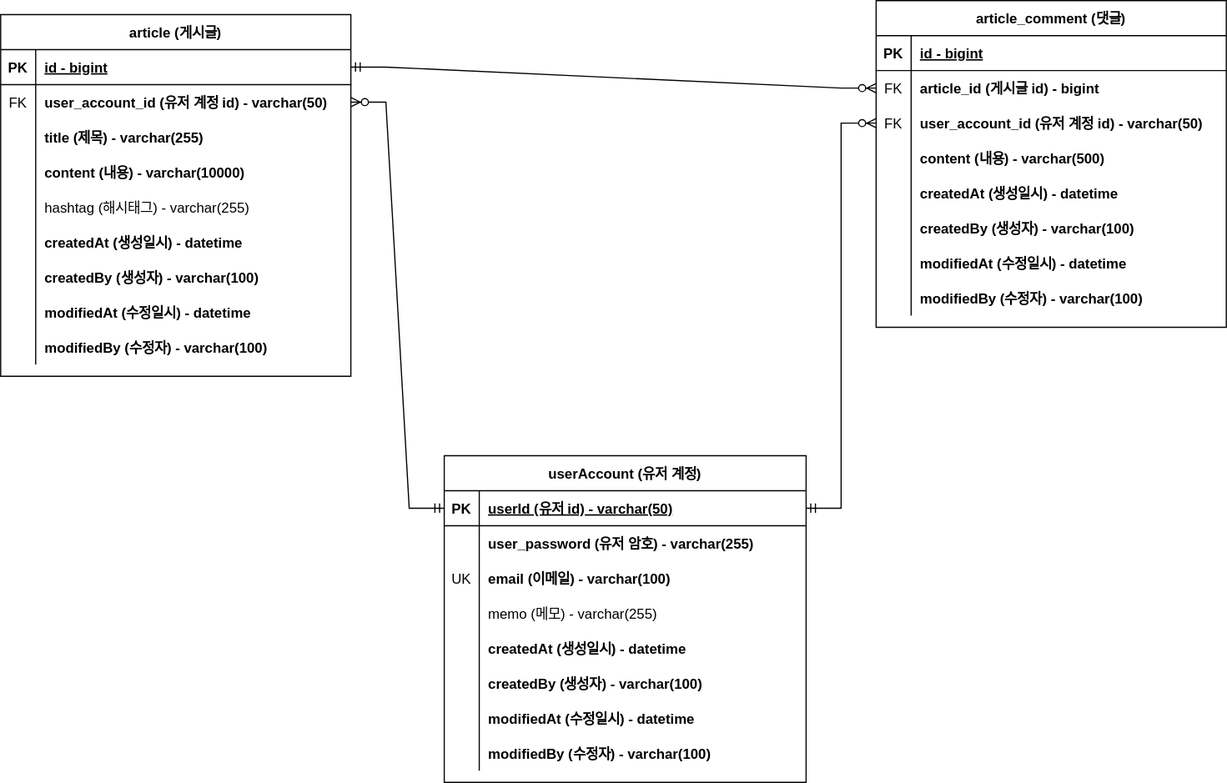
Earlier version of the draw.io export document/project-board-erd.svg (23Yong/Board). Source tidied: cells renumbered, new cells last; positions are measured from the earlier drawing's top-left corner, leaving out a move shared by most shapes.
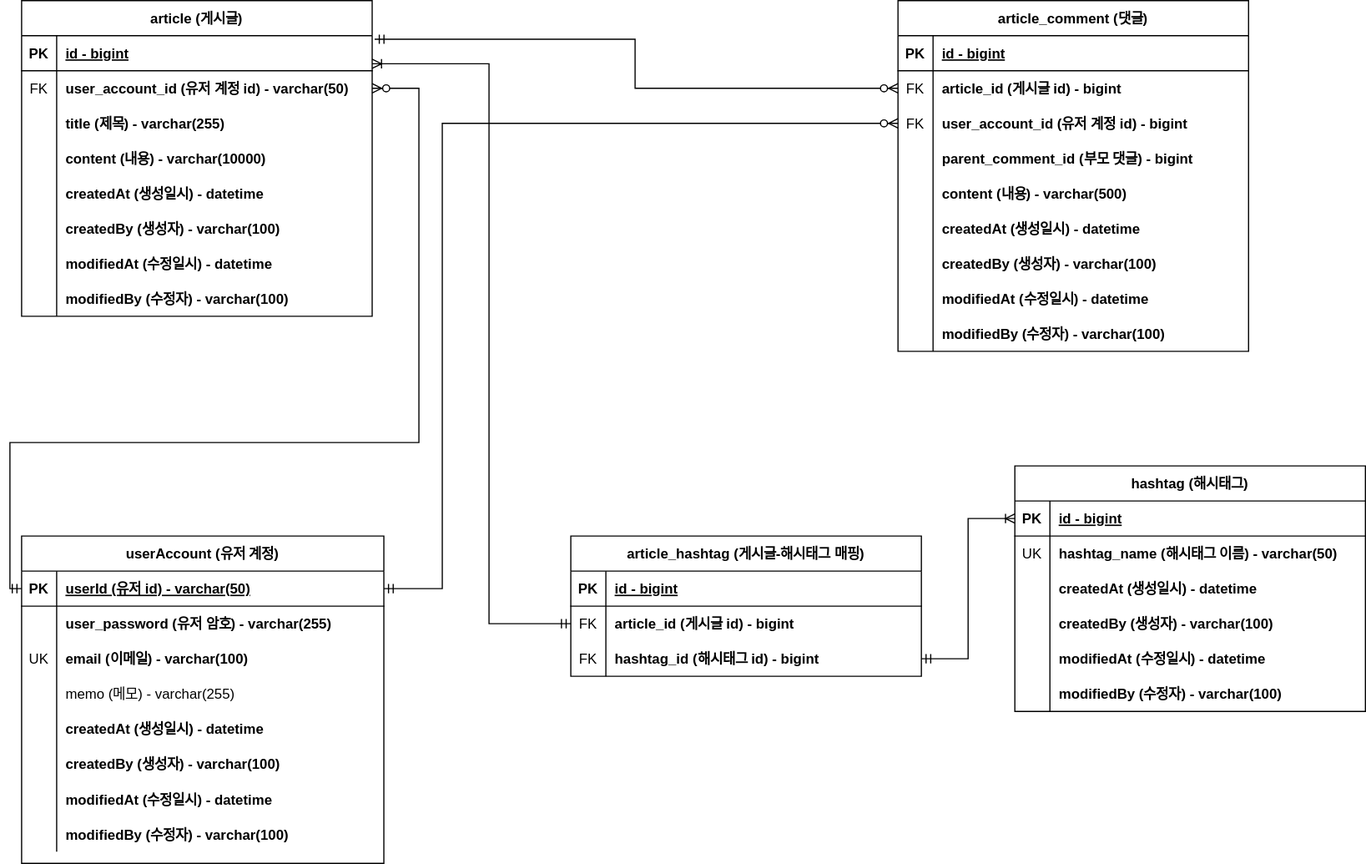
Later version of the same file.

Commit message:
# 63 - project-board-erd.svg 업데이트: 대댓글, 해시태그

What changed in the source:
```diff
@@ -3,7 +3,7 @@
     <mxCell id="0" />
     <mxCell id="1" parent="0" />
     <mxCell id="2" value="article (게시글)" style="shape=table;startSize=30;rowLines=0;fontStyle=1;align=center;" parent="1" vertex="1">
-      <mxGeometry y="12" width="300" height="310" as="geometry" />
+      <mxGeometry y="12" width="300" height="270" as="geometry" />
     </mxCell>
     <mxCell id="3" style="shape=tableRow;horizontal=0;startSize=0;swimlaneHead=0;swimlaneBody=0;fillColor=none;points=[[0,0.5],[1,0.5]];portConstraint=eastwest;top=0;left=0;right=0;bottom=1;" parent="2" vertex="1">
       <mxGeometry y="30" width="300" height="30" as="geometry" />
@@ -41,17 +41,8 @@
     <mxCell id="14" value="content (내용) - varchar(10000)" style="shape=partialRectangle;fillColor=none;top=0;left=0;bottom=0;right=0;align=left;spacingLeft=6;overflow=hidden;fontStyle=1;" parent="12" vertex="1">
       <mxGeometry x="30" width="270" height="30" as="geometry" />
     </mxCell>
-    <mxCell id="15" style="shape=tableRow;horizontal=0;startSize=0;swimlaneHead=0;swimlaneBody=0;fillColor=none;top=0;left=0;right=0;bottom=0;" parent="2" vertex="1">
-      <mxGeometry y="150" width="300" height="30" as="geometry" />
-    </mxCell>
-    <mxCell id="16" style="shape=partialRectangle;fillColor=none;top=0;left=0;bottom=0;right=0;overflow=hidden;" parent="15" vertex="1">
-      <mxGeometry width="30" height="30" as="geometry" />
-    </mxCell>
-    <mxCell id="17" value="hashtag (해시태그) - varchar(255)" style="shape=partialRectangle;fillColor=none;top=0;left=0;bottom=0;right=0;align=left;spacingLeft=6;overflow=hidden;" parent="15" vertex="1">
-      <mxGeometry x="30" width="270" height="30" as="geometry" />
-    </mxCell>
     <mxCell id="18" style="shape=tableRow;horizontal=0;startSize=0;swimlaneHead=0;swimlaneBody=0;fillColor=none;top=0;left=0;right=0;bottom=0;" parent="2" vertex="1">
-      <mxGeometry y="180" width="300" height="30" as="geometry" />
+      <mxGeometry y="150" width="300" height="30" as="geometry" />
     </mxCell>
     <mxCell id="19" style="shape=partialRectangle;fillColor=none;top=0;left=0;bottom=0;right=0;overflow=hidden;" parent="18" vertex="1">
       <mxGeometry width="30" height="30" as="geometry" />
@@ -60,7 +51,7 @@
       <mxGeometry x="30" width="270" height="30" as="geometry" />
     </mxCell>
     <mxCell id="21" style="shape=tableRow;horizontal=0;startSize=0;swimlaneHead=0;swimlaneBody=0;fillColor=none;top=0;left=0;right=0;bottom=0;" parent="2" vertex="1">
-      <mxGeometry y="210" width="300" height="30" as="geometry" />
+      <mxGeometry y="180" width="300" height="30" as="geometry" />
     </mxCell>
     <mxCell id="22" style="shape=partialRectangle;fillColor=none;top=0;left=0;bottom=0;right=0;overflow=hidden;" parent="21" vertex="1">
       <mxGeometry width="30" height="30" as="geometry" />
@@ -69,7 +60,7 @@
       <mxGeometry x="30" width="270" height="30" as="geometry" />
     </mxCell>
     <mxCell id="24" style="shape=tableRow;horizontal=0;startSize=0;swimlaneHead=0;swimlaneBody=0;fillColor=none;top=0;left=0;right=0;bottom=0;" parent="2" vertex="1">
-      <mxGeometry y="240" width="300" height="30" as="geometry" />
+      <mxGeometry y="210" width="300" height="30" as="geometry" />
     </mxCell>
     <mxCell id="25" style="shape=partialRectangle;fillColor=none;top=0;left=0;bottom=0;right=0;overflow=hidden;" parent="24" vertex="1">
       <mxGeometry width="30" height="30" as="geometry" />
@@ -78,7 +69,7 @@
       <mxGeometry x="30" width="270" height="30" as="geometry" />
     </mxCell>
     <mxCell id="27" style="shape=tableRow;horizontal=0;startSize=0;swimlaneHead=0;swimlaneBody=0;fillColor=none;top=0;left=0;right=0;bottom=0;" parent="2" vertex="1">
-      <mxGeometry y="270" width="300" height="30" as="geometry" />
+      <mxGeometry y="240" width="300" height="30" as="geometry" />
     </mxCell>
     <mxCell id="28" style="shape=partialRectangle;fillColor=none;top=0;left=0;bottom=0;right=0;overflow=hidden;" parent="27" vertex="1">
       <mxGeometry width="30" height="30" as="geometry" />
@@ -87,7 +78,7 @@
       <mxGeometry x="30" width="270" height="30" as="geometry" />
     </mxCell>
     <mxCell id="30" value="article_comment (댓글)" style="shape=table;startSize=30;rowLines=0;fontStyle=1;align=center;" parent="1" vertex="1">
-      <mxGeometry x="750" width="300" height="280" as="geometry" />
+      <mxGeometry x="750" y="12" width="300" height="300" as="geometry" />
     </mxCell>
     <mxCell id="31" style="shape=tableRow;horizontal=0;startSize=0;swimlaneHead=0;swimlaneBody=0;fillColor=none;top=0;left=0;right=0;bottom=1;" parent="30" vertex="1">
       <mxGeometry y="30" width="300" height="30" as="geometry" />
@@ -113,11 +104,20 @@
     <mxCell id="38" value="FK" style="shape=partialRectangle;fillColor=none;top=0;left=0;bottom=0;right=0;overflow=hidden;" parent="37" vertex="1">
       <mxGeometry width="30" height="30" as="geometry" />
     </mxCell>
-    <mxCell id="39" value="user_account_id (유저 계정 id) - varchar(50)" style="shape=partialRectangle;fillColor=none;top=0;left=0;bottom=0;right=0;align=left;spacingLeft=6;overflow=hidden;fontStyle=1;" parent="37" vertex="1">
+    <mxCell id="39" value="user_account_id (유저 계정 id) - bigint" style="shape=partialRectangle;fillColor=none;top=0;left=0;bottom=0;right=0;align=left;spacingLeft=6;overflow=hidden;fontStyle=1;" parent="37" vertex="1">
       <mxGeometry x="30" width="270" height="30" as="geometry" />
     </mxCell>
+    <mxCell id="83" style="shape=tableRow;horizontal=0;startSize=0;swimlaneHead=0;swimlaneBody=0;fillColor=none;top=0;left=0;right=0;bottom=0;" parent="30" vertex="1">
+      <mxGeometry y="120" width="300" height="30" as="geometry" />
+    </mxCell>
+    <mxCell id="84" style="shape=partialRectangle;fillColor=none;top=0;left=0;bottom=0;right=0;overflow=hidden;" parent="83" vertex="1">
+      <mxGeometry width="30" height="30" as="geometry" />
+    </mxCell>
+    <mxCell id="85" value="parent_comment_id (부모 댓글) - bigint" style="shape=partialRectangle;fillColor=none;top=0;left=0;bottom=0;right=0;align=left;spacingLeft=6;overflow=hidden;fontStyle=1;" parent="83" vertex="1">
+      <mxGeometry x="30" width="270" height="30" as="geometry" />
+    </mxCell>
     <mxCell id="40" style="shape=tableRow;horizontal=0;startSize=0;swimlaneHead=0;swimlaneBody=0;fillColor=none;top=0;left=0;right=0;bottom=0;" parent="30" vertex="1">
-      <mxGeometry y="120" width="300" height="30" as="geometry" />
+      <mxGeometry y="150" width="300" height="30" as="geometry" />
     </mxCell>
     <mxCell id="41" style="shape=partialRectangle;fillColor=none;top=0;left=0;bottom=0;right=0;overflow=hidden;" parent="40" vertex="1">
       <mxGeometry width="30" height="30" as="geometry" />
@@ -126,7 +126,7 @@
       <mxGeometry x="30" width="270" height="30" as="geometry" />
     </mxCell>
     <mxCell id="43" style="shape=tableRow;horizontal=0;startSize=0;swimlaneHead=0;swimlaneBody=0;fillColor=none;top=0;left=0;right=0;bottom=0;" parent="30" vertex="1">
-      <mxGeometry y="150" width="300" height="30" as="geometry" />
+      <mxGeometry y="180" width="300" height="30" as="geometry" />
     </mxCell>
     <mxCell id="44" style="shape=partialRectangle;fillColor=none;top=0;left=0;bottom=0;right=0;overflow=hidden;" parent="43" vertex="1">
       <mxGeometry width="30" height="30" as="geometry" />
@@ -135,7 +135,7 @@
       <mxGeometry x="30" width="270" height="30" as="geometry" />
     </mxCell>
     <mxCell id="46" style="shape=tableRow;horizontal=0;startSize=0;swimlaneHead=0;swimlaneBody=0;fillColor=none;top=0;left=0;right=0;bottom=0;" parent="30" vertex="1">
-      <mxGeometry y="180" width="300" height="30" as="geometry" />
+      <mxGeometry y="210" width="300" height="30" as="geometry" />
     </mxCell>
     <mxCell id="47" style="shape=partialRectangle;fillColor=none;top=0;left=0;bottom=0;right=0;overflow=hidden;" parent="46" vertex="1">
       <mxGeometry width="30" height="30" as="geometry" />
@@ -144,7 +144,7 @@
       <mxGeometry x="30" width="270" height="30" as="geometry" />
     </mxCell>
     <mxCell id="49" style="shape=tableRow;horizontal=0;startSize=0;swimlaneHead=0;swimlaneBody=0;fillColor=none;top=0;left=0;right=0;bottom=0;" parent="30" vertex="1">
-      <mxGeometry y="210" width="300" height="30" as="geometry" />
+      <mxGeometry y="240" width="300" height="30" as="geometry" />
     </mxCell>
     <mxCell id="50" style="shape=partialRectangle;fillColor=none;top=0;left=0;bottom=0;right=0;overflow=hidden;" parent="49" vertex="1">
       <mxGeometry width="30" height="30" as="geometry" />
@@ -153,7 +153,7 @@
       <mxGeometry x="30" width="270" height="30" as="geometry" />
     </mxCell>
     <mxCell id="52" style="shape=tableRow;horizontal=0;startSize=0;swimlaneHead=0;swimlaneBody=0;fillColor=none;top=0;left=0;right=0;bottom=0;" parent="30" vertex="1">
-      <mxGeometry y="240" width="300" height="30" as="geometry" />
+      <mxGeometry y="270" width="300" height="30" as="geometry" />
     </mxCell>
     <mxCell id="53" style="shape=partialRectangle;fillColor=none;top=0;left=0;bottom=0;right=0;overflow=hidden;" parent="52" vertex="1">
       <mxGeometry width="30" height="30" as="geometry" />
@@ -161,11 +161,11 @@
     <mxCell id="54" value="modifiedBy (수정자) - varchar(100)" style="shape=partialRectangle;fillColor=none;top=0;left=0;bottom=0;right=0;align=left;spacingLeft=6;overflow=hidden;fontStyle=1;" parent="52" vertex="1">
       <mxGeometry x="30" width="270" height="30" as="geometry" />
     </mxCell>
-    <mxCell id="55" style="edgeStyle=entityRelationEdgeStyle;fontSize=12;html=1;endArrow=ERzeroToMany;startArrow=ERmandOne;rounded=0;exitX=1;exitY=0.5;exitDx=0;exitDy=0;entryX=0;entryY=0.5;entryDx=0;entryDy=0;" parent="1" edge="1" source="3" target="34">
+    <mxCell id="55" style="edgeStyle=orthogonalEdgeStyle;fontSize=12;html=1;endArrow=ERzeroToMany;startArrow=ERmandOne;rounded=0;exitX=1.007;exitY=0.1;exitDx=0;exitDy=0;entryX=0;entryY=0.5;entryDx=0;entryDy=0;exitPerimeter=0;" parent="1" edge="1" source="3" target="34">
       <mxGeometry relative="1" as="geometry" />
     </mxCell>
     <mxCell id="56" value="userAccount (유저 계정)" style="shape=table;startSize=30;rowLines=0;fontStyle=1;align=center;" parent="1" vertex="1">
-      <mxGeometry x="380" y="390" width="310" height="280" as="geometry" />
+      <mxGeometry y="470" width="310" height="280" as="geometry" />
     </mxCell>
     <mxCell id="57" style="shape=tableRow;horizontal=0;startSize=0;swimlaneHead=0;swimlaneBody=0;fillColor=none;points=[[0,0.5],[1,0.5]];portConstraint=eastwest;top=0;left=0;right=0;bottom=1;" parent="56" vertex="1">
       <mxGeometry y="30" width="310" height="30" as="geometry" />
@@ -239,11 +239,121 @@
     <mxCell id="80" value="modifiedBy (수정자) - varchar(100)" style="shape=partialRectangle;fillColor=none;top=0;left=0;bottom=0;right=0;align=left;spacingLeft=6;overflow=hidden;fontStyle=1;" parent="78" vertex="1">
       <mxGeometry x="30" width="280" height="30" as="geometry" />
     </mxCell>
-    <mxCell id="81" style="edgeStyle=entityRelationEdgeStyle;fontSize=12;html=1;endArrow=ERzeroToMany;startArrow=ERmandOne;rounded=0;exitX=1;exitY=0.5;exitDx=0;exitDy=0;entryX=0;entryY=0.5;entryDx=0;entryDy=0;" parent="1" edge="1" source="57" target="37">
-      <mxGeometry relative="1" as="geometry" />
+    <mxCell id="81" style="edgeStyle=orthogonalEdgeStyle;fontSize=12;html=1;endArrow=ERzeroToMany;startArrow=ERmandOne;rounded=0;exitX=1;exitY=0.5;exitDx=0;exitDy=0;entryX=0;entryY=0.5;entryDx=0;entryDy=0;" parent="1" edge="1" source="57" target="37">
+      <mxGeometry relative="1" as="geometry">
+        <Array as="points">
+          <mxPoint x="360" y="515" />
+          <mxPoint x="360" y="117" />
+        </Array>
+      </mxGeometry>
     </mxCell>
-    <mxCell id="82" style="edgeStyle=entityRelationEdgeStyle;fontSize=12;html=1;endArrow=ERzeroToMany;startArrow=ERmandOne;rounded=0;entryX=1;entryY=0.5;entryDx=0;entryDy=0;exitX=0;exitY=0.5;exitDx=0;exitDy=0;" parent="1" edge="1" source="57" target="6">
-      <mxGeometry relative="1" as="geometry" />
+    <mxCell id="82" style="edgeStyle=orthogonalEdgeStyle;fontSize=12;html=1;endArrow=ERzeroToMany;startArrow=ERmandOne;rounded=0;exitX=0;exitY=0.5;exitDx=0;exitDy=0;entryX=1;entryY=0.5;entryDx=0;entryDy=0;" parent="1" edge="1" source="57" target="6">
+      <mxGeometry relative="1" as="geometry">
+        <Array as="points">
+          <mxPoint x="-10" y="515" />
+          <mxPoint x="-10" y="390" />
+          <mxPoint x="340" y="390" />
+          <mxPoint x="340" y="87" />
+        </Array>
+      </mxGeometry>
     </mxCell>
+    <mxCell id="86" value="article_hashtag (게시글-해시태그 매핑)" style="shape=table;startSize=30;rowLines=0;fontStyle=1;align=center;" parent="1" vertex="1">
+      <mxGeometry x="470" y="470" width="300" height="120" as="geometry" />
+    </mxCell>
+    <mxCell id="87" style="shape=tableRow;horizontal=0;startSize=0;swimlaneHead=0;swimlaneBody=0;fillColor=none;top=0;left=0;right=0;bottom=1;" parent="86" vertex="1">
+      <mxGeometry y="30" width="300" height="30" as="geometry" />
+    </mxCell>
+    <mxCell id="88" value="PK" style="shape=partialRectangle;fillColor=none;top=0;left=0;bottom=0;right=0;fontStyle=1;overflow=hidden;" parent="87" vertex="1">
+      <mxGeometry width="30" height="30" as="geometry" />
+    </mxCell>
+    <mxCell id="89" value="id - bigint" style="shape=partialRectangle;fillColor=none;top=0;left=0;bottom=0;right=0;align=left;spacingLeft=6;fontStyle=5;overflow=hidden;" parent="87" vertex="1">
+      <mxGeometry x="30" width="270" height="30" as="geometry" />
+    </mxCell>
+    <mxCell id="90" style="shape=tableRow;horizontal=0;startSize=0;swimlaneHead=0;swimlaneBody=0;fillColor=none;points=[[0,0.5],[1,0.5]];portConstraint=eastwest;top=0;left=0;right=0;bottom=0;" parent="86" vertex="1">
+      <mxGeometry y="60" width="300" height="30" as="geometry" />
+    </mxCell>
+    <mxCell id="91" value="FK" style="shape=partialRectangle;fillColor=none;top=0;left=0;bottom=0;right=0;overflow=hidden;" parent="90" vertex="1">
+      <mxGeometry width="30" height="30" as="geometry" />
+    </mxCell>
+    <mxCell id="92" value="article_id (게시글 id) - bigint" style="shape=partialRectangle;fillColor=none;top=0;left=0;bottom=0;right=0;align=left;spacingLeft=6;overflow=hidden;fontStyle=1;" parent="90" vertex="1">
+      <mxGeometry x="30" width="270" height="30" as="geometry" />
+    </mxCell>
+    <mxCell id="93" style="shape=tableRow;horizontal=0;startSize=0;swimlaneHead=0;swimlaneBody=0;fillColor=none;points=[[0,0.5],[1,0.5]];portConstraint=eastwest;top=0;left=0;right=0;bottom=0;" parent="86" vertex="1">
+      <mxGeometry y="90" width="300" height="30" as="geometry" />
+    </mxCell>
+    <mxCell id="94" value="FK" style="shape=partialRectangle;fillColor=none;top=0;left=0;bottom=0;right=0;overflow=hidden;" parent="93" vertex="1">
+      <mxGeometry width="30" height="30" as="geometry" />
+    </mxCell>
+    <mxCell id="95" value="hashtag_id (해시태그 id) - bigint" style="shape=partialRectangle;fillColor=none;top=0;left=0;bottom=0;right=0;align=left;spacingLeft=6;overflow=hidden;fontStyle=1;" parent="93" vertex="1">
+      <mxGeometry x="30" width="270" height="30" as="geometry" />
+    </mxCell>
+    <mxCell id="96" style="endArrow=ERoneToMany;html=1;rounded=0;exitX=0;exitY=0.5;exitDx=0;exitDy=0;entryX=1;entryY=0.8;entryDx=0;entryDy=0;entryPerimeter=0;edgeStyle=orthogonalEdgeStyle;startArrow=ERmandOne;startFill=0;endFill=0;" parent="1" edge="1" source="90" target="3">
+      <mxGeometry relative="1" as="geometry">
+        <Array as="points">
+          <mxPoint x="400" y="545" />
+          <mxPoint x="400" y="66" />
+        </Array>
+      </mxGeometry>
+    </mxCell>
+    <mxCell id="97" value="hashtag (해시태그)" style="shape=table;startSize=30;rowLines=0;fontStyle=1;align=center;" parent="1" vertex="1">
+      <mxGeometry x="850" y="410" width="300" height="210" as="geometry" />
+    </mxCell>
+    <mxCell id="98" style="shape=tableRow;horizontal=0;startSize=0;swimlaneHead=0;swimlaneBody=0;fillColor=none;points=[[0,0.5],[1,0.5]];portConstraint=eastwest;top=0;left=0;right=0;bottom=1;" parent="97" vertex="1">
+      <mxGeometry y="30" width="300" height="30" as="geometry" />
+    </mxCell>
+    <mxCell id="99" value="PK" style="shape=partialRectangle;fillColor=none;top=0;left=0;bottom=0;right=0;fontStyle=1;overflow=hidden;" parent="98" vertex="1">
+      <mxGeometry width="30" height="30" as="geometry" />
+    </mxCell>
+    <mxCell id="100" value="id - bigint" style="shape=partialRectangle;fillColor=none;top=0;left=0;bottom=0;right=0;align=left;spacingLeft=6;fontStyle=5;overflow=hidden;" parent="98" vertex="1">
+      <mxGeometry x="30" width="270" height="30" as="geometry" />
+    </mxCell>
+    <mxCell id="101" style="shape=tableRow;horizontal=0;startSize=0;swimlaneHead=0;swimlaneBody=0;fillColor=none;top=0;left=0;right=0;bottom=0;" parent="97" vertex="1">
+      <mxGeometry y="60" width="300" height="30" as="geometry" />
+    </mxCell>
+    <mxCell id="102" value="UK" style="shape=partialRectangle;fillColor=none;top=0;left=0;bottom=0;right=0;overflow=hidden;" parent="101" vertex="1">
+      <mxGeometry width="30" height="30" as="geometry" />
+    </mxCell>
+    <mxCell id="103" value="hashtag_name (해시태그 이름) - varchar(50)" style="shape=partialRectangle;fillColor=none;top=0;left=0;bottom=0;right=0;align=left;spacingLeft=6;overflow=hidden;fontStyle=1;" parent="101" vertex="1">
+      <mxGeometry x="30" width="270" height="30" as="geometry" />
+    </mxCell>
+    <mxCell id="104" style="shape=tableRow;horizontal=0;startSize=0;swimlaneHead=0;swimlaneBody=0;fillColor=none;top=0;left=0;right=0;bottom=0;" parent="97" vertex="1">
+      <mxGeometry y="90" width="300" height="30" as="geometry" />
+    </mxCell>
+    <mxCell id="105" style="shape=partialRectangle;fillColor=none;top=0;left=0;bottom=0;right=0;overflow=hidden;" parent="104" vertex="1">
+      <mxGeometry width="30" height="30" as="geometry" />
+    </mxCell>
+    <mxCell id="106" value="createdAt (생성일시) - datetime" style="shape=partialRectangle;fillColor=none;top=0;left=0;bottom=0;right=0;align=left;spacingLeft=6;overflow=hidden;fontStyle=1;" parent="104" vertex="1">
+      <mxGeometry x="30" width="270" height="30" as="geometry" />
+    </mxCell>
+    <mxCell id="107" style="shape=tableRow;horizontal=0;startSize=0;swimlaneHead=0;swimlaneBody=0;fillColor=none;top=0;left=0;right=0;bottom=0;" parent="97" vertex="1">
+      <mxGeometry y="120" width="300" height="30" as="geometry" />
+    </mxCell>
+    <mxCell id="108" style="shape=partialRectangle;fillColor=none;top=0;left=0;bottom=0;right=0;overflow=hidden;" parent="107" vertex="1">
+      <mxGeometry width="30" height="30" as="geometry" />
+    </mxCell>
+    <mxCell id="109" value="createdBy (생성자) - varchar(100)" style="shape=partialRectangle;fillColor=none;top=0;left=0;bottom=0;right=0;align=left;spacingLeft=6;overflow=hidden;fontStyle=1;" parent="107" vertex="1">
+      <mxGeometry x="30" width="270" height="30" as="geometry" />
+    </mxCell>
+    <mxCell id="15" style="shape=tableRow;horizontal=0;startSize=0;swimlaneHead=0;swimlaneBody=0;fillColor=none;top=0;left=0;right=0;bottom=0;" parent="97" vertex="1">
+      <mxGeometry y="150" width="300" height="30" as="geometry" />
+    </mxCell>
+    <mxCell id="110" style="shape=partialRectangle;fillColor=none;top=0;left=0;bottom=0;right=0;overflow=hidden;" parent="15" vertex="1">
+      <mxGeometry width="30" height="30" as="geometry" />
+    </mxCell>
+    <mxCell id="111" value="modifiedAt (수정일시) - datetime" style="shape=partialRectangle;fillColor=none;top=0;left=0;bottom=0;right=0;align=left;spacingLeft=6;overflow=hidden;fontStyle=1;" parent="15" vertex="1">
+      <mxGeometry x="30" width="270" height="30" as="geometry" />
+    </mxCell>
+    <mxCell id="112" style="shape=tableRow;horizontal=0;startSize=0;swimlaneHead=0;swimlaneBody=0;fillColor=none;top=0;left=0;right=0;bottom=0;" parent="97" vertex="1">
+      <mxGeometry y="180" width="300" height="30" as="geometry" />
+    </mxCell>
+    <mxCell id="113" style="shape=partialRectangle;fillColor=none;top=0;left=0;bottom=0;right=0;overflow=hidden;" parent="112" vertex="1">
+      <mxGeometry width="30" height="30" as="geometry" />
+    </mxCell>
+    <mxCell id="114" value="modifiedBy (수정자) - varchar(100)" style="shape=partialRectangle;fillColor=none;top=0;left=0;bottom=0;right=0;align=left;spacingLeft=6;overflow=hidden;fontStyle=1;" parent="112" vertex="1">
+      <mxGeometry x="30" width="270" height="30" as="geometry" />
+    </mxCell>
+    <mxCell id="115" style="edgeStyle=orthogonalEdgeStyle;rounded=0;jettySize=auto;html=1;exitX=1;exitY=0.5;exitDx=0;exitDy=0;entryX=0;entryY=0.5;entryDx=0;entryDy=0;startArrow=ERmandOne;startFill=0;endArrow=ERoneToMany;endFill=0;" parent="1" edge="1" source="93" target="98">
+      <mxGeometry relative="1" as="geometry" />
+    </mxCell>
   </root>
 </mxGraphModel>
```
